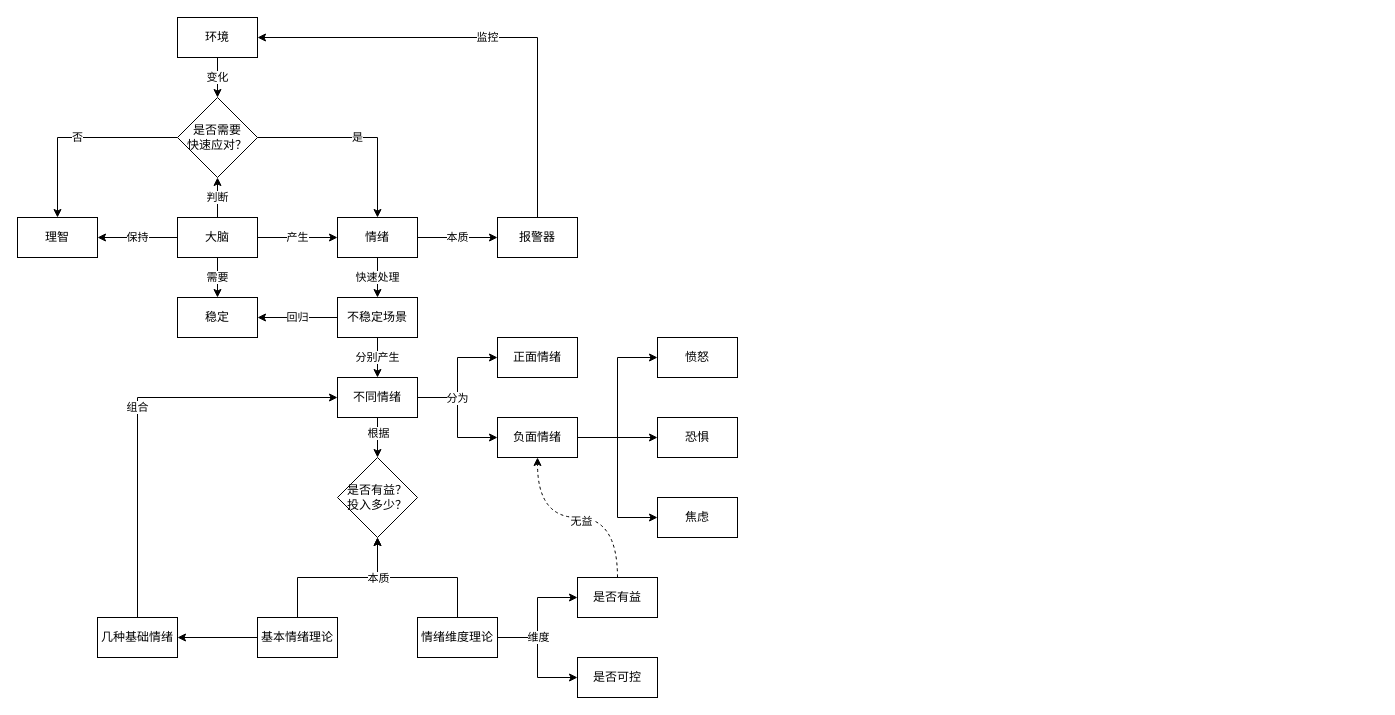
This is 掌控情绪.drawio from youyusan/open_mind, a draw.io file, before an edit. Source tidied: cells renumbered, new cells numbered last; positions are measured from the earlier drawing's top-left corner, leaving out a move shared by most shapes. Both pictures are drawn from the tidied source at 100%, with x=0, y=0 at pixel (17, 17).
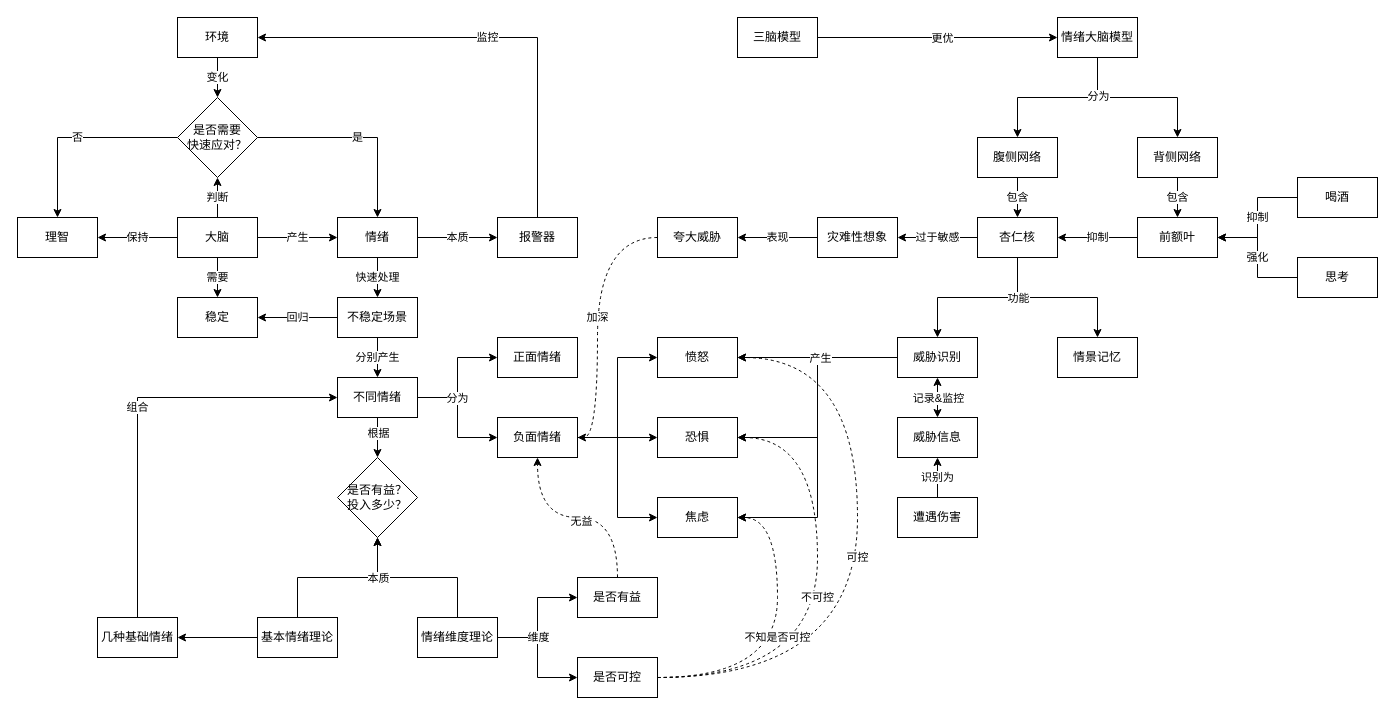
The same diagram, later.

Commit message:
更新掌控情绪.drawio

Unchanged cells that the change refers to:
```xml
<mxCell id="41" value="负面情绪" style="rounded=0;whiteSpace=wrap;html=1;" parent="1" vertex="1">
  <mxGeometry x="480" y="400" width="80" height="40" as="geometry" />
</mxCell>
<mxCell id="42" value="愤怒" style="rounded=0;whiteSpace=wrap;html=1;" parent="1" vertex="1">
  <mxGeometry x="640" y="320" width="80" height="40" as="geometry" />
</mxCell>
<mxCell id="43" value="恐惧" style="rounded=0;whiteSpace=wrap;html=1;" parent="1" vertex="1">
  <mxGeometry x="640" y="400" width="80" height="40" as="geometry" />
</mxCell>
<mxCell id="44" value="焦虑" style="rounded=0;whiteSpace=wrap;html=1;" parent="1" vertex="1">
  <mxGeometry x="640" y="480" width="80" height="40" as="geometry" />
</mxCell>
<mxCell id="48" value="是否可控" style="rounded=0;whiteSpace=wrap;html=1;" parent="1" vertex="1">
  <mxGeometry x="560" y="640" width="80" height="40" as="geometry" />
</mxCell>
```

What changed in the source:
```diff
@@
+    <mxCell id="52" value="可控" style="edgeStyle=orthogonalEdgeStyle;rounded=0;jettySize=auto;html=1;entryX=1;entryY=0.5;entryDx=0;entryDy=0;curved=1;dashed=1;" parent="1" edge="1" source="48" target="42">
+      <mxGeometry relative="1" as="geometry">
+        <Array as="points">
+          <mxPoint x="840" y="660" />
+          <mxPoint x="840" y="340" />
+        </Array>
+      </mxGeometry>
+    </mxCell>
+    <mxCell id="53" value="不可控" style="edgeStyle=orthogonalEdgeStyle;rounded=0;jettySize=auto;html=1;entryX=1;entryY=0.5;entryDx=0;entryDy=0;curved=1;dashed=1;" parent="1" edge="1" source="48" target="43">
+      <mxGeometry relative="1" as="geometry">
+        <Array as="points">
+          <mxPoint x="800" y="660" />
+          <mxPoint x="800" y="420" />
+        </Array>
+      </mxGeometry>
+    </mxCell>
+    <mxCell id="54" value="不知是否可控" style="edgeStyle=orthogonalEdgeStyle;rounded=0;jettySize=auto;html=1;entryX=1;entryY=0.5;entryDx=0;entryDy=0;curved=1;dashed=1;" parent="1" edge="1" source="48" target="44">
+      <mxGeometry relative="1" as="geometry">
+        <Array as="points">
+          <mxPoint x="760" y="660" />
+          <mxPoint x="760" y="500" />
+        </Array>
+      </mxGeometry>
+    </mxCell>
@@
+    <mxCell id="55" style="edgeStyle=orthogonalEdgeStyle;rounded=0;jettySize=auto;html=1;entryX=0.5;entryY=0;entryDx=0;entryDy=0;" parent="1" edge="1" source="58" target="60">
+      <mxGeometry relative="1" as="geometry" />
+    </mxCell>
+    <mxCell id="56" style="edgeStyle=orthogonalEdgeStyle;rounded=0;jettySize=auto;html=1;" parent="1" edge="1" source="58" target="62">
+      <mxGeometry relative="1" as="geometry" />
+    </mxCell>
+    <mxCell id="57" value="分为" style="edgeLabel;html=1;align=center;verticalAlign=middle;" parent="56" vertex="1">
+      <mxGeometry x="-0.53" relative="1" as="geometry" />
+    </mxCell>
+    <mxCell id="58" value="情绪大脑模型" style="rounded=0;whiteSpace=wrap;html=1;" parent="1" vertex="1">
+      <mxGeometry x="1040" width="80" height="40" as="geometry" />
+    </mxCell>
+    <mxCell id="59" value="包含" style="edgeStyle=orthogonalEdgeStyle;rounded=0;jettySize=auto;html=1;entryX=0.5;entryY=0;entryDx=0;entryDy=0;" parent="1" edge="1" source="60" target="67">
+      <mxGeometry relative="1" as="geometry" />
+    </mxCell>
+    <mxCell id="60" value="腹侧网络" style="rounded=0;whiteSpace=wrap;html=1;" parent="1" vertex="1">
+      <mxGeometry x="960" y="120" width="80" height="40" as="geometry" />
+    </mxCell>
+    <mxCell id="61" value="包含" style="edgeStyle=orthogonalEdgeStyle;rounded=0;jettySize=auto;html=1;entryX=0.5;entryY=0;entryDx=0;entryDy=0;" parent="1" edge="1" source="62" target="69">
+      <mxGeometry relative="1" as="geometry" />
+    </mxCell>
+    <mxCell id="62" value="背侧网络" style="rounded=0;whiteSpace=wrap;html=1;" parent="1" vertex="1">
+      <mxGeometry x="1120" y="120" width="80" height="40" as="geometry" />
+    </mxCell>
+    <mxCell id="63" style="edgeStyle=orthogonalEdgeStyle;rounded=0;jettySize=auto;html=1;entryX=0.5;entryY=0;entryDx=0;entryDy=0;" parent="1" edge="1" source="67" target="70">
+      <mxGeometry relative="1" as="geometry" />
+    </mxCell>
+    <mxCell id="64" style="edgeStyle=orthogonalEdgeStyle;rounded=0;jettySize=auto;html=1;" parent="1" edge="1" source="67" target="75">
+      <mxGeometry relative="1" as="geometry" />
+    </mxCell>
+    <mxCell id="65" value="功能" style="edgeLabel;html=1;align=center;verticalAlign=middle;" parent="64" vertex="1">
+      <mxGeometry x="-0.5" relative="1" as="geometry" />
+    </mxCell>
+    <mxCell id="66" value="过于敏感" style="edgeStyle=orthogonalEdgeStyle;rounded=0;jettySize=auto;html=1;" parent="1" edge="1" source="67" target="82">
+      <mxGeometry relative="1" as="geometry" />
+    </mxCell>
+    <mxCell id="67" value="杏仁核" style="rounded=0;whiteSpace=wrap;html=1;" parent="1" vertex="1">
+      <mxGeometry x="960" y="200" width="80" height="40" as="geometry" />
+    </mxCell>
+    <mxCell id="68" value="抑制" style="edgeStyle=orthogonalEdgeStyle;rounded=0;jettySize=auto;html=1;" parent="1" edge="1" source="69" target="67">
+      <mxGeometry relative="1" as="geometry" />
+    </mxCell>
+    <mxCell id="69" value="前额叶" style="rounded=0;whiteSpace=wrap;html=1;" parent="1" vertex="1">
+      <mxGeometry x="1120" y="200" width="80" height="40" as="geometry" />
+    </mxCell>
+    <mxCell id="70" value="情景记忆" style="rounded=0;whiteSpace=wrap;html=1;" parent="1" vertex="1">
+      <mxGeometry x="1040" y="320" width="80" height="40" as="geometry" />
+    </mxCell>
+    <mxCell id="71" style="edgeStyle=orthogonalEdgeStyle;rounded=0;jettySize=auto;html=1;entryX=1;entryY=0.5;entryDx=0;entryDy=0;" parent="1" edge="1" source="75" target="42">
+      <mxGeometry relative="1" as="geometry" />
+    </mxCell>
+    <mxCell id="72" style="edgeStyle=orthogonalEdgeStyle;rounded=0;jettySize=auto;html=1;entryX=1;entryY=0.5;entryDx=0;entryDy=0;" parent="1" edge="1" source="75" target="43">
+      <mxGeometry relative="1" as="geometry" />
+    </mxCell>
+    <mxCell id="73" style="edgeStyle=orthogonalEdgeStyle;rounded=0;jettySize=auto;html=1;entryX=1;entryY=0.5;entryDx=0;entryDy=0;" parent="1" edge="1" source="75" target="44">
+      <mxGeometry relative="1" as="geometry" />
+    </mxCell>
+    <mxCell id="74" value="产生" style="edgeLabel;html=1;align=center;verticalAlign=middle;" parent="73" vertex="1">
+      <mxGeometry x="-0.51" relative="1" as="geometry" />
+    </mxCell>
+    <mxCell id="75" value="威胁识别" style="rounded=0;whiteSpace=wrap;html=1;" parent="1" vertex="1">
+      <mxGeometry x="880" y="320" width="80" height="40" as="geometry" />
+    </mxCell>
+    <mxCell id="76" style="edgeStyle=orthogonalEdgeStyle;rounded=0;jettySize=auto;html=1;startArrow=classic;startFill=1;" parent="1" edge="1" source="78" target="75">
+      <mxGeometry relative="1" as="geometry" />
+    </mxCell>
+    <mxCell id="77" value="记录&amp;amp;监控" style="edgeLabel;html=1;align=center;verticalAlign=middle;" parent="76" vertex="1">
+      <mxGeometry relative="1" as="geometry" />
+    </mxCell>
+    <mxCell id="78" value="威胁信息" style="rounded=0;whiteSpace=wrap;html=1;" parent="1" vertex="1">
+      <mxGeometry x="880" y="400" width="80" height="40" as="geometry" />
+    </mxCell>
+    <mxCell id="79" value="识别为" style="edgeStyle=orthogonalEdgeStyle;rounded=0;jettySize=auto;html=1;" parent="1" edge="1" source="80" target="78">
+      <mxGeometry relative="1" as="geometry" />
+    </mxCell>
+    <mxCell id="80" value="遭遇伤害" style="rounded=0;whiteSpace=wrap;html=1;" parent="1" vertex="1">
+      <mxGeometry x="880" y="480" width="80" height="40" as="geometry" />
+    </mxCell>
+    <mxCell id="81" value="表现" style="edgeStyle=orthogonalEdgeStyle;rounded=0;jettySize=auto;html=1;" parent="1" edge="1" source="82" target="84">
+      <mxGeometry relative="1" as="geometry" />
+    </mxCell>
+    <mxCell id="82" value="灾难性想象" style="rounded=0;whiteSpace=wrap;html=1;" parent="1" vertex="1">
+      <mxGeometry x="800" y="200" width="80" height="40" as="geometry" />
+    </mxCell>
+    <mxCell id="83" value="加深" style="edgeStyle=orthogonalEdgeStyle;rounded=0;jettySize=auto;html=1;entryX=1;entryY=0.5;entryDx=0;entryDy=0;curved=1;dashed=1;" parent="1" edge="1" source="84" target="41">
+      <mxGeometry relative="1" as="geometry">
+        <Array as="points">
+          <mxPoint x="580" y="220" />
+          <mxPoint x="580" y="420" />
+        </Array>
+      </mxGeometry>
+    </mxCell>
+    <mxCell id="84" value="夸大威胁" style="rounded=0;whiteSpace=wrap;html=1;" parent="1" vertex="1">
+      <mxGeometry x="640" y="200" width="80" height="40" as="geometry" />
+    </mxCell>
+    <mxCell id="85" value="抑制" style="edgeStyle=orthogonalEdgeStyle;rounded=0;jettySize=auto;html=1;entryX=1;entryY=0.5;entryDx=0;entryDy=0;" parent="1" edge="1" source="86" target="69">
+      <mxGeometry relative="1" as="geometry" />
+    </mxCell>
+    <mxCell id="86" value="喝酒" style="rounded=0;whiteSpace=wrap;html=1;" parent="1" vertex="1">
+      <mxGeometry x="1280" y="160" width="80" height="40" as="geometry" />
+    </mxCell>
+    <mxCell id="87" value="强化" style="edgeStyle=orthogonalEdgeStyle;rounded=0;jettySize=auto;html=1;entryX=1;entryY=0.5;entryDx=0;entryDy=0;" parent="1" edge="1" source="88" target="69">
+      <mxGeometry relative="1" as="geometry" />
+    </mxCell>
+    <mxCell id="88" value="思考" style="rounded=0;whiteSpace=wrap;html=1;" parent="1" vertex="1">
+      <mxGeometry x="1280" y="240" width="80" height="40" as="geometry" />
+    </mxCell>
+    <mxCell id="89" style="edgeStyle=orthogonalEdgeStyle;rounded=0;jettySize=auto;html=1;entryX=0;entryY=0.5;entryDx=0;entryDy=0;" parent="1" edge="1" source="91" target="58">
+      <mxGeometry relative="1" as="geometry" />
+    </mxCell>
+    <mxCell id="90" value="更优" style="edgeLabel;html=1;align=center;verticalAlign=middle;" parent="89" vertex="1">
+      <mxGeometry x="0.03" relative="1" as="geometry" />
+    </mxCell>
+    <mxCell id="91" value="三脑模型" style="rounded=0;whiteSpace=wrap;html=1;" parent="1" vertex="1">
+      <mxGeometry x="720" width="80" height="40" as="geometry" />
+    </mxCell>
```
